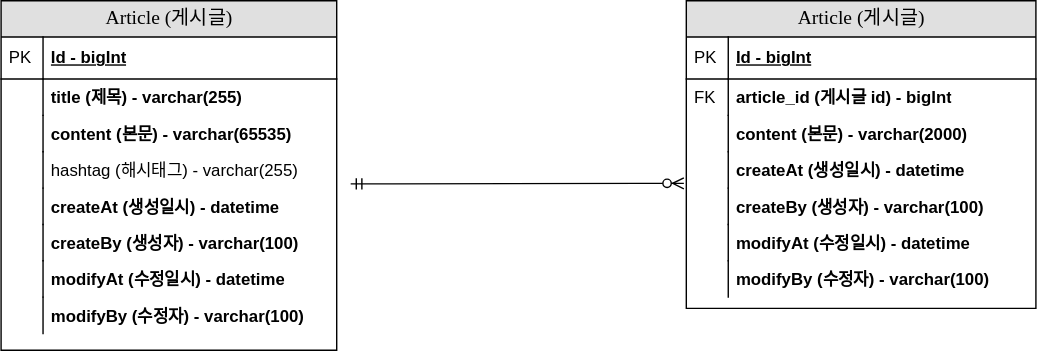
This is document/project-board-erd.svg from codingvegeta/fastcampus-project-board, a draw.io export, as it was before one commit. Source tidied: cells renumbered, new cells last; positions are measured from the earlier drawing's top-left corner, leaving out a move shared by most shapes.
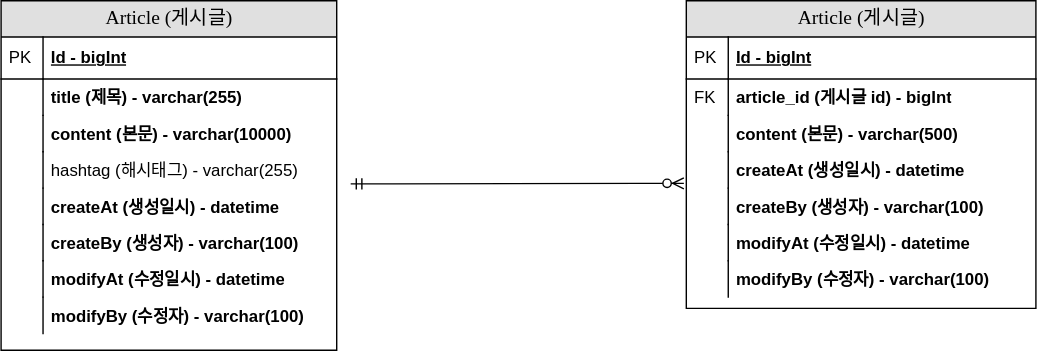
After the commit.

Commit message:
#10 - erd 업데이트 : content 사이즈 변경

What changed in the source:
```diff
@@ -17,7 +17,7 @@
     <mxCell id="6" style="shape=partialRectangle;top=0;left=0;bottom=0;html=1;fillColor=none;align=left;verticalAlign=top;spacingLeft=4;spacingRight=4;whiteSpace=wrap;overflow=hidden;" parent="5" vertex="1">
       <mxGeometry width="30" height="26" as="geometry" />
     </mxCell>
-    <mxCell id="7" value="content (본문) - varchar(65535)" style="shape=partialRectangle;top=0;left=0;right=0;bottom=0;html=1;align=left;verticalAlign=top;fillColor=none;spacingLeft=34;spacingRight=4;whiteSpace=wrap;overflow=hidden;fontStyle=1;" parent="2" vertex="1">
+    <mxCell id="7" value="content (본문) - varchar(10000)" style="shape=partialRectangle;top=0;left=0;right=0;bottom=0;html=1;align=left;verticalAlign=top;fillColor=none;spacingLeft=34;spacingRight=4;whiteSpace=wrap;overflow=hidden;fontStyle=1;" parent="2" vertex="1">
       <mxGeometry y="82" width="240" height="26" as="geometry" />
     </mxCell>
     <mxCell id="8" style="shape=partialRectangle;top=0;left=0;bottom=0;html=1;fillColor=none;align=left;verticalAlign=top;spacingLeft=4;spacingRight=4;whiteSpace=wrap;overflow=hidden;" parent="7" vertex="1">
@@ -68,7 +68,7 @@
     <mxCell id="23" value="FK" style="shape=partialRectangle;top=0;left=0;bottom=0;html=1;fillColor=none;align=left;verticalAlign=top;spacingLeft=4;spacingRight=4;whiteSpace=wrap;overflow=hidden;" parent="22" vertex="1">
       <mxGeometry width="30" height="26" as="geometry" />
     </mxCell>
-    <mxCell id="24" value="content (본문) - varchar(2000)" style="shape=partialRectangle;top=0;left=0;right=0;bottom=0;html=1;align=left;verticalAlign=top;fillColor=none;spacingLeft=34;spacingRight=4;whiteSpace=wrap;overflow=hidden;fontStyle=1;" parent="19" vertex="1">
+    <mxCell id="24" value="content (본문) - varchar(500)" style="shape=partialRectangle;top=0;left=0;right=0;bottom=0;html=1;align=left;verticalAlign=top;fillColor=none;spacingLeft=34;spacingRight=4;whiteSpace=wrap;overflow=hidden;fontStyle=1;" parent="19" vertex="1">
       <mxGeometry y="82" width="250" height="26" as="geometry" />
     </mxCell>
     <mxCell id="25" style="shape=partialRectangle;top=0;left=0;bottom=0;html=1;fillColor=none;align=left;verticalAlign=top;spacingLeft=4;spacingRight=4;whiteSpace=wrap;overflow=hidden;" parent="24" vertex="1">
```
